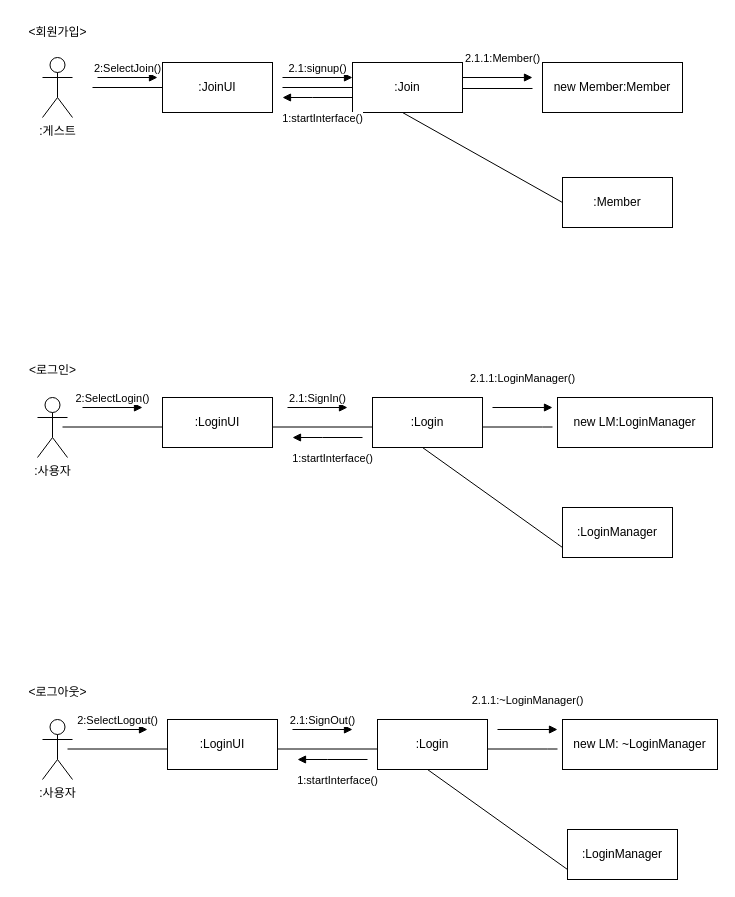
The draw.io diagram page "페이지-1" (1 of 2) of 소공2차과제 커뮤니케이션 다이어그램.drawio.xml in nowOne2/se2ndAssignment, before the edit. Source tidied: cells renumbered, new cells numbered last; positions are measured from the earlier drawing's top-left corner, leaving out a move shared by most shapes. Both pictures are drawn from the tidied source at 100%, with x=0, y=0 at pixel (17, 17).
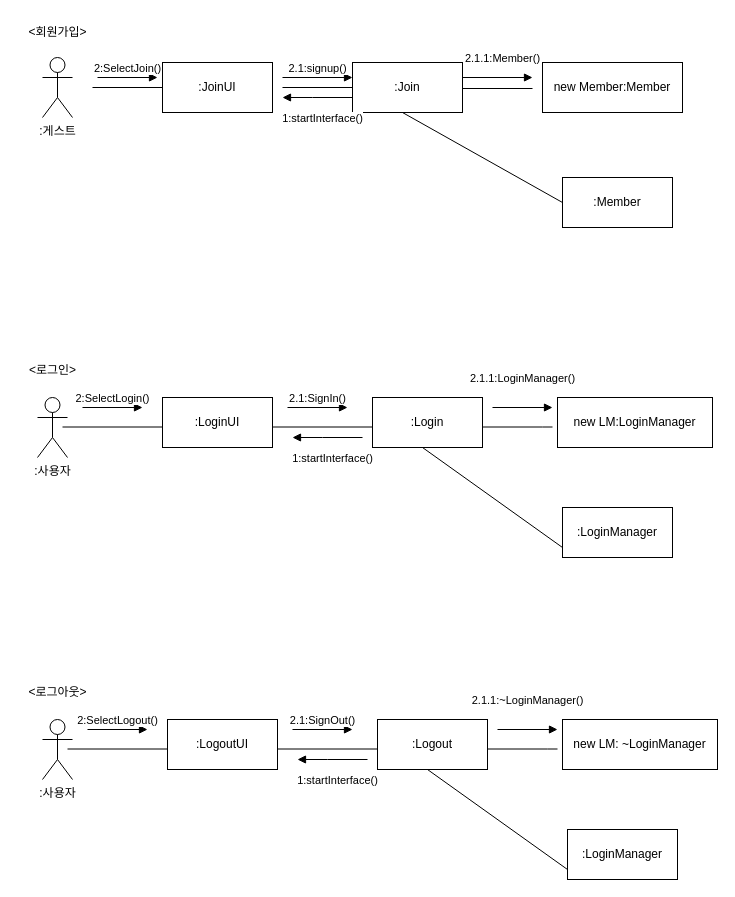
The same page after the edit.

Commit message (it also covers changes not shown here):
fix logout comuunication diagram

Change to the diagram source:
```diff
@@
-    <mxCell id="32" value=":Login" style="html=1;whiteSpace=wrap;" parent="1" vertex="1">
+    <mxCell id="32" value=":Logout" style="html=1;whiteSpace=wrap;" parent="1" vertex="1">
       <mxGeometry x="360" y="702" width="110" height="50" as="geometry" />
     </mxCell>
@@
-    <mxCell id="35" value=":LoginUI" style="html=1;whiteSpace=wrap;" parent="1" vertex="1">
+    <mxCell id="35" value=":LogoutUI" style="html=1;whiteSpace=wrap;" parent="1" vertex="1">
       <mxGeometry x="150" y="702" width="110" height="50" as="geometry" />
     </mxCell>
```
